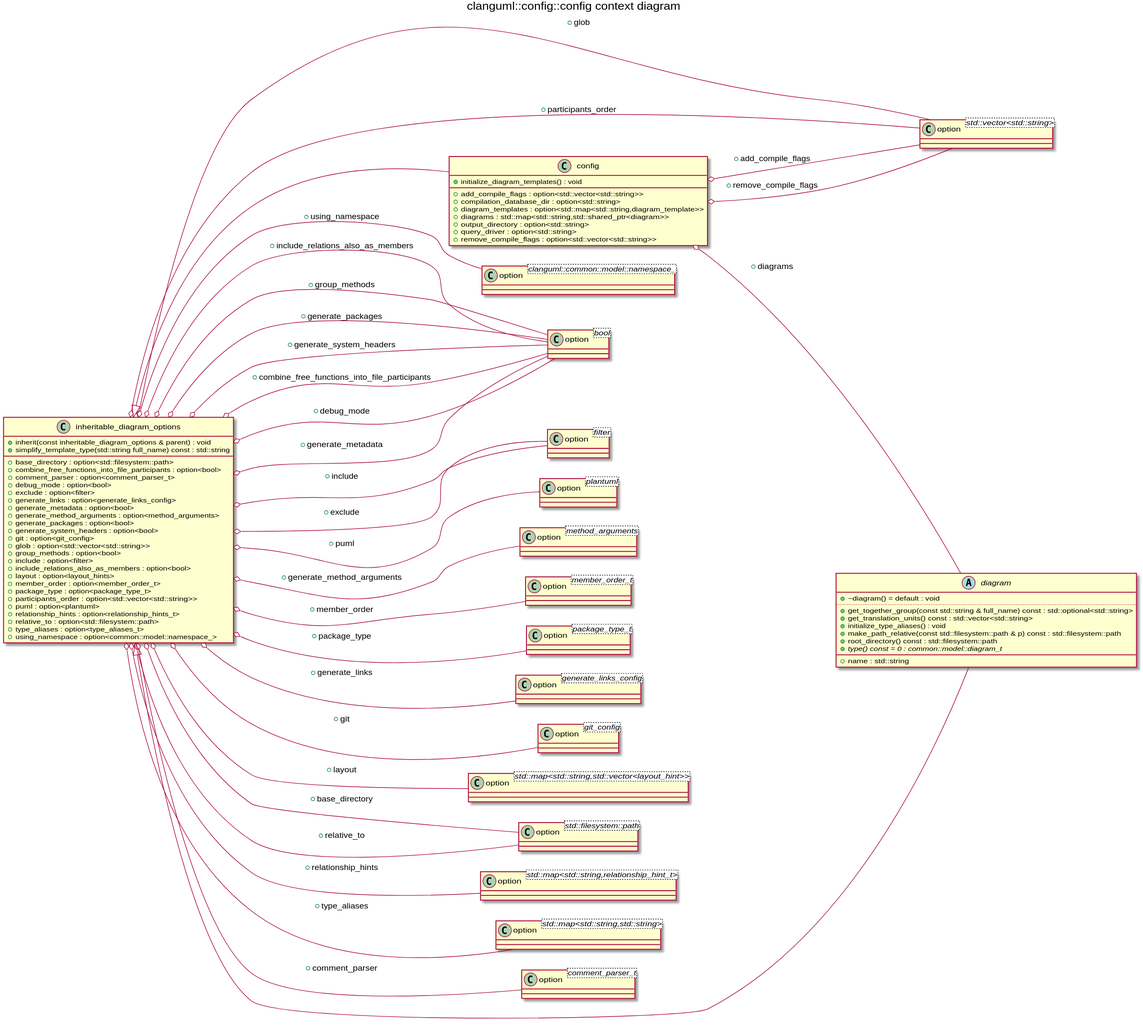
Before: inheritable_diagram_options_context_class.svg, a diagram exported from PlantUML (clang-uml/clang-uml.github.io). Source of this version:
```plantuml
@startuml
title clanguml::config::config context diagram
left to right direction
class "option<std::vector<std::string>>" as C_0000911716653182875977
class C_0000911716653182875977 [[classclanguml_1_1config_1_1option.html{option}]] {
__
}
class "option<clanguml::common::model::namespace_>" as C_0002305365895822555960
class C_0002305365895822555960 [[classclanguml_1_1config_1_1option.html{option}]] {
__
}
class "option<bool>" as C_0001611169097156092953
class C_0001611169097156092953 [[classclanguml_1_1config_1_1option.html{option}]] {
__
}
class "option<filter>" as C_0001934545576373493419
class C_0001934545576373493419 [[classclanguml_1_1config_1_1option.html{option}]] {
__
}
class "option<plantuml>" as C_0000222485212110751685
class C_0000222485212110751685 [[classclanguml_1_1config_1_1option.html{option}]] {
__
}
class "option<method_arguments>" as C_0001599402376619123527
class C_0001599402376619123527 [[classclanguml_1_1config_1_1option.html{option}]] {
__
}
class "option<member_order_t>" as C_0000337308477015900560
class C_0000337308477015900560 [[classclanguml_1_1config_1_1option.html{option}]] {
__
}
class "option<package_type_t>" as C_0001713876696045637658
class C_0001713876696045637658 [[classclanguml_1_1config_1_1option.html{option}]] {
__
}
class "option<generate_links_config>" as C_0001765850992006742297
class C_0001765850992006742297 [[classclanguml_1_1config_1_1option.html{option}]] {
__
}
class "option<git_config>" as C_0000621938207251469493
class C_0000621938207251469493 [[classclanguml_1_1config_1_1option.html{option}]] {
__
}
class "option<std::map<std::string,std::vector<layout_hint>>>" as C_0001921914760671266450
class C_0001921914760671266450 [[classclanguml_1_1config_1_1option.html{option}]] {
__
}
class "option<std::filesystem::path>" as C_0000268462991671626594
class C_0000268462991671626594 [[classclanguml_1_1config_1_1option.html{option}]] {
__
}
class "option<std::map<std::string,relationship_hint_t>>" as C_0001235431375041752063
class C_0001235431375041752063 [[classclanguml_1_1config_1_1option.html{option}]] {
__
}
class "option<std::map<std::string,std::string>>" as C_0000064295582817972148
class C_0000064295582817972148 [[classclanguml_1_1config_1_1option.html{option}]] {
__
}
class "option<comment_parser_t>" as C_0001220901603970765477
class C_0001220901603970765477 [[classclanguml_1_1config_1_1option.html{option}]] {
__
}
class "inheritable_diagram_options" as C_0000120779063265662583
class C_0000120779063265662583 [[structclanguml_1_1config_1_1inheritable__diagram__options.html{Represents subset of inheritable configuration options}]] {
+inherit(const inheritable_diagram_options & parent) : void [[[{inherit}]]]
+simplify_template_type(std::string full_name) const : std::string [[[{simplify_template_type}]]]
__
+base_directory : option<std::filesystem::path> [[[{base_directory}]]]
+combine_free_functions_into_file_participants : option<bool> [[[{combine_free_functions_into_file_participants}]]]
+comment_parser : option<comment_parser_t> [[[{comment_parser}]]]
+debug_mode : option<bool> [[[{debug_mode}]]]
+exclude : option<filter> [[[{exclude}]]]
+generate_links : option<generate_links_config> [[[{generate_links}]]]
+generate_metadata : option<bool> [[[{generate_metadata}]]]
+generate_method_arguments : option<method_arguments> [[[{generate_method_arguments}]]]
+generate_packages : option<bool> [[[{generate_packages}]]]
+generate_system_headers : option<bool> [[[{generate_system_headers}]]]
+git : option<git_config> [[[{git}]]]
+glob : option<std::vector<std::string>> [[[{glob}]]]
+group_methods : option<bool> [[[{group_methods}]]]
+include : option<filter> [[[{include}]]]
+include_relations_also_as_members : option<bool> [[[{include_relations_also_as_members}]]]
+layout : option<layout_hints> [[[{layout}]]]
+member_order : option<member_order_t> [[[{member_order}]]]
+package_type : option<package_type_t> [[[{package_type}]]]
+participants_order : option<std::vector<std::string>> [[[{participants_order}]]]
+puml : option<plantuml> [[[{puml}]]]
+relationship_hints : option<relationship_hints_t> [[[{relationship_hints}]]]
+relative_to : option<std::filesystem::path> [[[{relative_to}]]]
+type_aliases : option<type_aliases_t> [[[{type_aliases}]]]
+using_namespace : option<common::model::namespace_> [[[{using_namespace}]]]
}
abstract "diagram" as C_0000400244097365422548
abstract C_0000400244097365422548 [[structclanguml_1_1config_1_1diagram.html{Common diagram configuration type}]] {
+~diagram() = default : void [[[{~diagram}]]]
..
+get_together_group(const std::string & full_name) const : std::optional<std::string> [[[{get_together_group}]]]
+get_translation_units() const : std::vector<std::string> [[[{Returns list of translation unit paths}]]]
+initialize_type_aliases() : void [[[{Initialize predefined set of C++ type aliases}]]]
+make_path_relative(const std::filesystem::path & p) const : std::filesystem::path [[[{Make path relative to the `relative_to` config option}]]]
+root_directory() const : std::filesystem::path [[[{Returns absolute path of the `relative_to` option}]]]
{abstract} +type() const = 0 : common::model::diagram_t [[[{type}]]]
__
+name : std::string [[[{name}]]]
}
class "config" as C_0000893743909513410599
class C_0000893743909513410599 [[structclanguml_1_1config_1_1config.html{Represents entire configuration file}]] {
+initialize_diagram_templates() : void [[[{initialize_diagram_templates}]]]
__
+add_compile_flags : option<std::vector<std::string>> [[[{add_compile_flags}]]]
+compilation_database_dir : option<std::string> [[[{compilation_database_dir}]]]
+diagram_templates : option<std::map<std::string,diagram_template>> [[[{diagram_templates}]]]
+diagrams : std::map<std::string,std::shared_ptr<diagram>> [[[{diagrams}]]]
+output_directory : option<std::string> [[[{output_directory}]]]
+query_driver : option<std::string> [[[{query_driver}]]]
+remove_compile_flags : option<std::vector<std::string>> [[[{remove_compile_flags}]]]
}
C_0000120779063265662583 o-- C_0000911716653182875977 : +glob
C_0000120779063265662583 o-- C_0002305365895822555960 : +using_namespace
C_0000120779063265662583 o-- C_0001611169097156092953 : +include_relations_also_as_members
C_0000120779063265662583 o-- C_0001934545576373493419 : +include
C_0000120779063265662583 o-- C_0001934545576373493419 : +exclude
C_0000120779063265662583 o-- C_0000222485212110751685 : +puml
C_0000120779063265662583 o-- C_0001599402376619123527 : +generate_method_arguments
C_0000120779063265662583 o-- C_0001611169097156092953 : +group_methods
C_0000120779063265662583 o-- C_0000337308477015900560 : +member_order
C_0000120779063265662583 o-- C_0001611169097156092953 : +generate_packages
C_0000120779063265662583 o-- C_0001713876696045637658 : +package_type
C_0000120779063265662583 o-- C_0001765850992006742297 : +generate_links
C_0000120779063265662583 o-- C_0000621938207251469493 : +git
C_0000120779063265662583 o-- C_0001921914760671266450 : +layout
C_0000120779063265662583 o-- C_0000268462991671626594 : +base_directory
C_0000120779063265662583 o-- C_0000268462991671626594 : +relative_to
C_0000120779063265662583 o-- C_0001611169097156092953 : +generate_system_headers
C_0000120779063265662583 o-- C_0001235431375041752063 : +relationship_hints
C_0000120779063265662583 o-- C_0000064295582817972148 : +type_aliases
C_0000120779063265662583 o-- C_0001220901603970765477 : +comment_parser
C_0000120779063265662583 o-- C_0001611169097156092953 : +combine_free_functions_into_file_participants
C_0000120779063265662583 o-- C_0000911716653182875977 : +participants_order
C_0000120779063265662583 o-- C_0001611169097156092953 : +debug_mode
C_0000120779063265662583 o-- C_0001611169097156092953 : +generate_metadata
C_0000120779063265662583 <|-- C_0000400244097365422548
C_0000893743909513410599 o-- C_0000911716653182875977 : +add_compile_flags
C_0000893743909513410599 o-- C_0000911716653182875977 : +remove_compile_flags
C_0000893743909513410599 o-- C_0000400244097365422548 : +diagrams
C_0000120779063265662583 <|-- C_0000893743909513410599

@enduml
```
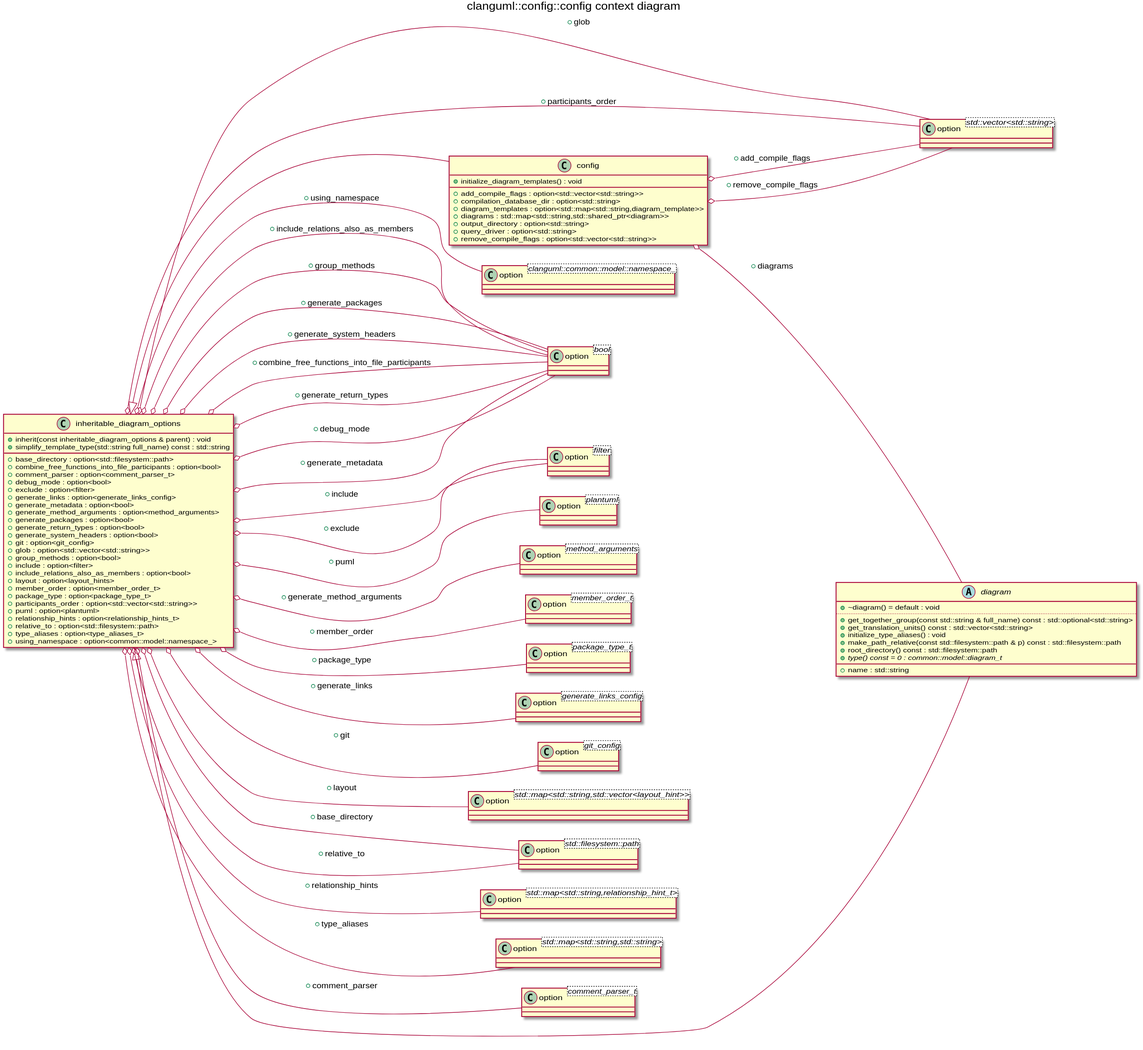
Above is the later version.

Diff of the diagram source:
```diff
@@ -75,6 +75,7 @@
 +generate_metadata : option<bool> [[[{generate_metadata}]]]
 +generate_method_arguments : option<method_arguments> [[[{generate_method_arguments}]]]
 +generate_packages : option<bool> [[[{generate_packages}]]]
++generate_return_types : option<bool> [[[{generate_return_types}]]]
 +generate_system_headers : option<bool> [[[{generate_system_headers}]]]
 +git : option<git_config> [[[{git}]]]
 +glob : option<std::vector<std::string>> [[[{glob}]]]
@@ -137,6 +138,7 @@
 C_0000120779063265662583 o-- C_0000064295582817972148 : +type_aliases
 C_0000120779063265662583 o-- C_0001220901603970765477 : +comment_parser
 C_0000120779063265662583 o-- C_0001611169097156092953 : +combine_free_functions_into_file_participants
+C_0000120779063265662583 o-- C_0001611169097156092953 : +generate_return_types
 C_0000120779063265662583 o-- C_0000911716653182875977 : +participants_order
 C_0000120779063265662583 o-- C_0001611169097156092953 : +debug_mode
 C_0000120779063265662583 o-- C_0001611169097156092953 : +generate_metadata
```
